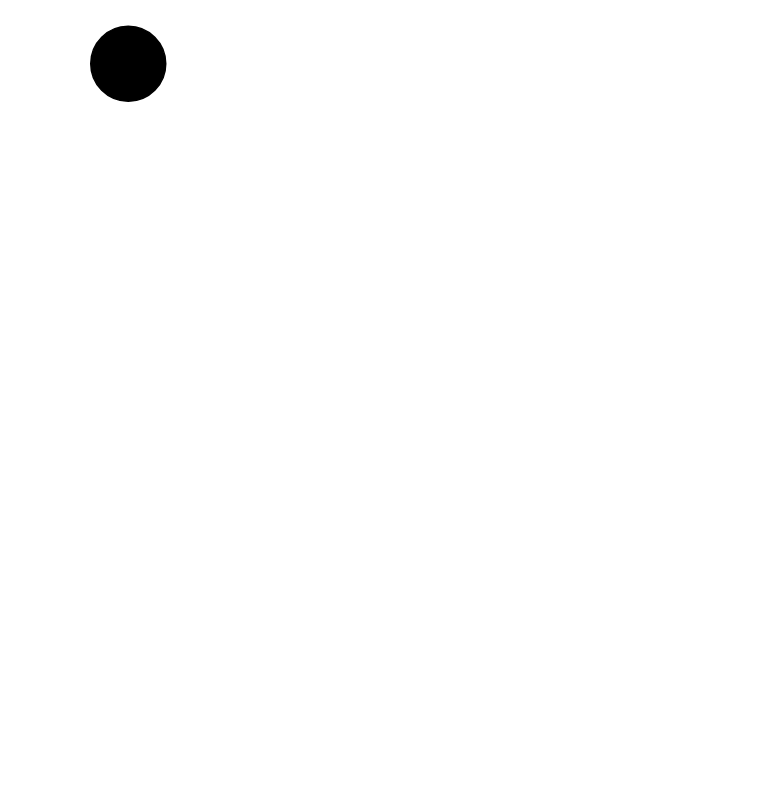
Before: page "Страница 2" (2 of 2) of Диаграмма без названия.drawio in Sofiia213/4.3, a draw.io diagram. Source tidied: cells renumbered, new cells numbered last; positions are measured from the earlier drawing's top-left corner, leaving out a move shared by most shapes. Both pictures are drawn from the tidied source at 150%, with x=0, y=0 at pixel (90, 26).
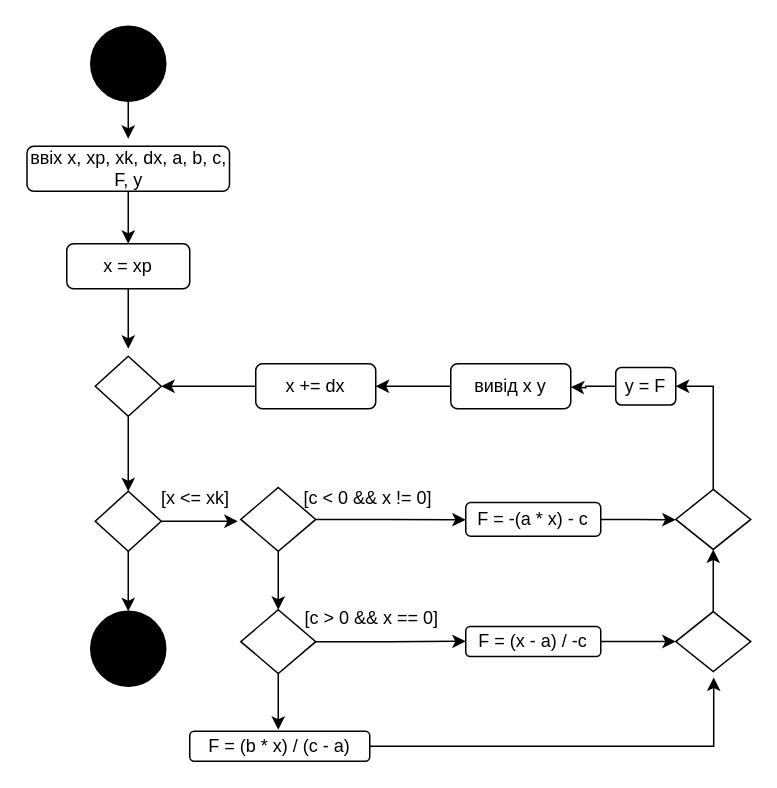
The same page after the edit.

The change refers to these unchanged cells:
```xml
<mxCell id="2" style="ellipse;whiteSpace=wrap;html=1;fillColor=#000000;" parent="1" vertex="1">
  <mxGeometry width="50" height="50" as="geometry" />
</mxCell>
```

The edit, as a diff of the source:
```diff
@@
+    <mxCell id="3" style="edgeStyle=orthogonalEdgeStyle;rounded=0;jettySize=auto;html=1;" parent="1" edge="1" source="2">
+      <mxGeometry relative="1" as="geometry">
+        <mxPoint x="25" y="75" as="targetPoint" />
+      </mxGeometry>
+    </mxCell>
@@
+    <mxCell id="4" style="edgeStyle=orthogonalEdgeStyle;rounded=0;jettySize=auto;html=1;" parent="1" edge="1" source="5" target="7">
+      <mxGeometry relative="1" as="geometry" />
+    </mxCell>
+    <mxCell id="5" value="ввіх&amp;nbsp;x, xp, xk, dx, a, b, c, F, y" style="rounded=1;whiteSpace=wrap;html=1;fillColor=#FFFFFF;" parent="1" vertex="1">
+      <mxGeometry x="-42.5" y="80" width="135" height="30" as="geometry" />
+    </mxCell>
+    <mxCell id="6" style="edgeStyle=orthogonalEdgeStyle;rounded=0;jettySize=auto;html=1;" parent="1" edge="1" source="7">
+      <mxGeometry relative="1" as="geometry">
+        <mxPoint x="25" y="215" as="targetPoint" />
+      </mxGeometry>
+    </mxCell>
+    <mxCell id="7" value="x = xp" style="rounded=1;whiteSpace=wrap;html=1;fillColor=#FFFFFF;" parent="1" vertex="1">
+      <mxGeometry x="-16" y="145" width="82" height="30" as="geometry" />
+    </mxCell>
+    <mxCell id="8" style="edgeStyle=orthogonalEdgeStyle;rounded=0;jettySize=auto;html=1;" parent="1" edge="1" source="9" target="12">
+      <mxGeometry relative="1" as="geometry" />
+    </mxCell>
+    <mxCell id="9" style="rhombus;whiteSpace=wrap;html=1;fillColor=#FFFFFF;" parent="1" vertex="1">
+      <mxGeometry x="3" y="220" width="44" height="40" as="geometry" />
+    </mxCell>
+    <mxCell id="10" style="edgeStyle=orthogonalEdgeStyle;rounded=0;jettySize=auto;html=1;" parent="1" edge="1" source="12">
+      <mxGeometry relative="1" as="geometry">
+        <mxPoint x="25" y="390" as="targetPoint" />
+      </mxGeometry>
+    </mxCell>
+    <mxCell id="11" style="edgeStyle=orthogonalEdgeStyle;rounded=0;jettySize=auto;html=1;" parent="1" edge="1" source="12">
+      <mxGeometry relative="1" as="geometry">
+        <mxPoint x="98" y="330" as="targetPoint" />
+      </mxGeometry>
+    </mxCell>
+    <mxCell id="12" style="rhombus;whiteSpace=wrap;html=1;fillColor=#FFFFFF;" parent="1" vertex="1">
+      <mxGeometry x="3" y="310" width="44" height="40" as="geometry" />
+    </mxCell>
+    <mxCell id="13" style="ellipse;whiteSpace=wrap;html=1;fillColor=#000000;" parent="1" vertex="1">
+      <mxGeometry y="390" width="50" height="50" as="geometry" />
+    </mxCell>
+    <mxCell id="14" value="[x &amp;lt;= xk]" style="text;html=1;strokeColor=none;fillColor=none;align=center;verticalAlign=middle;whiteSpace=wrap;rounded=0;" parent="1" vertex="1">
+      <mxGeometry x="40" y="300" width="60" height="30" as="geometry" />
+    </mxCell>
+    <mxCell id="15" style="edgeStyle=orthogonalEdgeStyle;rounded=0;jettySize=auto;html=1;" parent="1" edge="1" source="17" target="20">
+      <mxGeometry relative="1" as="geometry" />
+    </mxCell>
+    <mxCell id="16" style="edgeStyle=orthogonalEdgeStyle;rounded=0;jettySize=auto;html=1;" parent="1" edge="1" source="17">
+      <mxGeometry relative="1" as="geometry">
+        <mxPoint x="250" y="329" as="targetPoint" />
+      </mxGeometry>
+    </mxCell>
+    <mxCell id="17" style="rhombus;whiteSpace=wrap;html=1;fillColor=#FFFFFF;" parent="1" vertex="1">
+      <mxGeometry x="100" y="307.5" width="50" height="42.5" as="geometry" />
+    </mxCell>
+    <mxCell id="18" style="edgeStyle=orthogonalEdgeStyle;rounded=0;jettySize=auto;html=1;" parent="1" edge="1" source="20">
+      <mxGeometry relative="1" as="geometry">
+        <mxPoint x="250" y="410" as="targetPoint" />
+      </mxGeometry>
+    </mxCell>
+    <mxCell id="19" style="edgeStyle=orthogonalEdgeStyle;rounded=0;jettySize=auto;html=1;" parent="1" edge="1" source="20">
+      <mxGeometry relative="1" as="geometry">
+        <mxPoint x="125" y="469" as="targetPoint" />
+      </mxGeometry>
+    </mxCell>
+    <mxCell id="20" style="rhombus;whiteSpace=wrap;html=1;fillColor=#FFFFFF;" parent="1" vertex="1">
+      <mxGeometry x="100" y="389" width="50" height="42.5" as="geometry" />
+    </mxCell>
+    <mxCell id="21" value="[c &amp;lt; 0 &amp;amp;&amp;amp; x != 0]" style="text;html=1;strokeColor=none;fillColor=none;align=center;verticalAlign=middle;whiteSpace=wrap;rounded=0;" parent="1" vertex="1">
+      <mxGeometry x="140" y="300" width="90" height="30" as="geometry" />
+    </mxCell>
+    <mxCell id="22" value="[c &amp;gt; 0 &amp;amp;&amp;amp; x == 0]" style="text;html=1;strokeColor=none;fillColor=none;align=center;verticalAlign=middle;whiteSpace=wrap;rounded=0;" parent="1" vertex="1">
+      <mxGeometry x="140" y="380" width="95" height="30" as="geometry" />
+    </mxCell>
+    <mxCell id="23" style="edgeStyle=orthogonalEdgeStyle;rounded=0;jettySize=auto;html=1;entryX=0.506;entryY=1.099;entryDx=0;entryDy=0;entryPerimeter=0;" parent="1" edge="1" source="24" target="30">
+      <mxGeometry relative="1" as="geometry" />
+    </mxCell>
+    <mxCell id="24" value="F = (b * x) / (c - a)" style="rounded=1;whiteSpace=wrap;html=1;fillColor=#FFFFFF;" parent="1" vertex="1">
+      <mxGeometry x="66" y="470" width="120" height="20" as="geometry" />
+    </mxCell>
+    <mxCell id="25" style="edgeStyle=orthogonalEdgeStyle;rounded=0;jettySize=auto;html=1;" parent="1" edge="1" source="26" target="30">
+      <mxGeometry relative="1" as="geometry" />
+    </mxCell>
+    <mxCell id="26" value="F = (x - a) / -c" style="rounded=1;whiteSpace=wrap;html=1;fillColor=#FFFFFF;" parent="1" vertex="1">
+      <mxGeometry x="250" y="400.2" width="90" height="20" as="geometry" />
+    </mxCell>
+    <mxCell id="27" style="edgeStyle=orthogonalEdgeStyle;rounded=0;jettySize=auto;html=1;" parent="1" edge="1" source="28">
+      <mxGeometry relative="1" as="geometry">
+        <mxPoint x="390" y="329" as="targetPoint" />
+      </mxGeometry>
+    </mxCell>
+    <mxCell id="28" value="F = -(a * x) - c" style="rounded=1;whiteSpace=wrap;html=1;fillColor=#FFFFFF;" parent="1" vertex="1">
+      <mxGeometry x="250" y="317.5" width="90" height="22.5" as="geometry" />
+    </mxCell>
+    <mxCell id="29" style="edgeStyle=orthogonalEdgeStyle;rounded=0;jettySize=auto;html=1;" parent="1" edge="1" source="30" target="32">
+      <mxGeometry relative="1" as="geometry" />
+    </mxCell>
+    <mxCell id="30" style="rhombus;whiteSpace=wrap;html=1;fillColor=#FFFFFF;" parent="1" vertex="1">
+      <mxGeometry x="390" y="390.2" width="50" height="40" as="geometry" />
+    </mxCell>
+    <mxCell id="31" style="edgeStyle=orthogonalEdgeStyle;rounded=0;jettySize=auto;html=1;" parent="1" edge="1" source="32" target="34">
+      <mxGeometry relative="1" as="geometry">
+        <Array as="points">
+          <mxPoint x="415" y="240" />
+        </Array>
+      </mxGeometry>
+    </mxCell>
+    <mxCell id="32" style="rhombus;whiteSpace=wrap;html=1;fillColor=#FFFFFF;" parent="1" vertex="1">
+      <mxGeometry x="390" y="308.8" width="50" height="40" as="geometry" />
+    </mxCell>
+    <mxCell id="33" style="edgeStyle=orthogonalEdgeStyle;rounded=0;jettySize=auto;html=1;" parent="1" edge="1" source="34">
+      <mxGeometry relative="1" as="geometry">
+        <mxPoint x="320" y="240.5" as="targetPoint" />
+      </mxGeometry>
+    </mxCell>
+    <mxCell id="34" value="y = F" style="rounded=1;whiteSpace=wrap;html=1;fillColor=#FFFFFF;" parent="1" vertex="1">
+      <mxGeometry x="350" y="227.5" width="40" height="25" as="geometry" />
+    </mxCell>
+    <mxCell id="35" style="edgeStyle=orthogonalEdgeStyle;rounded=0;jettySize=auto;html=1;" parent="1" edge="1" source="36" target="38">
+      <mxGeometry relative="1" as="geometry" />
+    </mxCell>
+    <mxCell id="36" value="вивід х у" style="rounded=1;whiteSpace=wrap;html=1;fillColor=#FFFFFF;" parent="1" vertex="1">
+      <mxGeometry x="240" y="225" width="80" height="30" as="geometry" />
+    </mxCell>
+    <mxCell id="37" style="edgeStyle=orthogonalEdgeStyle;rounded=0;jettySize=auto;html=1;entryX=1;entryY=0.5;entryDx=0;entryDy=0;" parent="1" edge="1" source="38" target="9">
+      <mxGeometry relative="1" as="geometry" />
+    </mxCell>
+    <mxCell id="38" value="x += dx" style="rounded=1;whiteSpace=wrap;html=1;fillColor=#FFFFFF;" parent="1" vertex="1">
+      <mxGeometry x="110" y="225" width="80" height="30" as="geometry" />
+    </mxCell>
```
